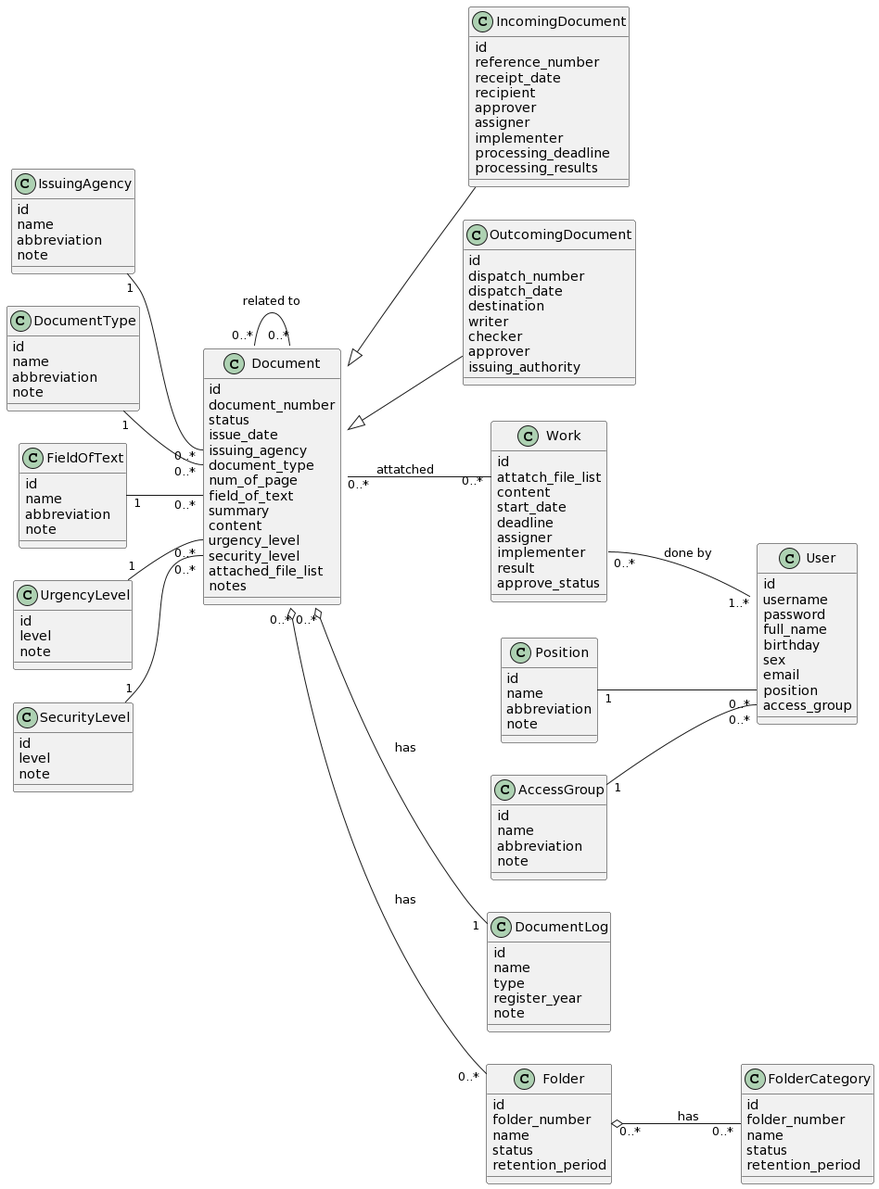
This is Lab1/Lab1.2/Class Diagram/Class Diagram.png from khoapham1003/SE357-Pratice-class, a PlantUML export, as it was before one commit.
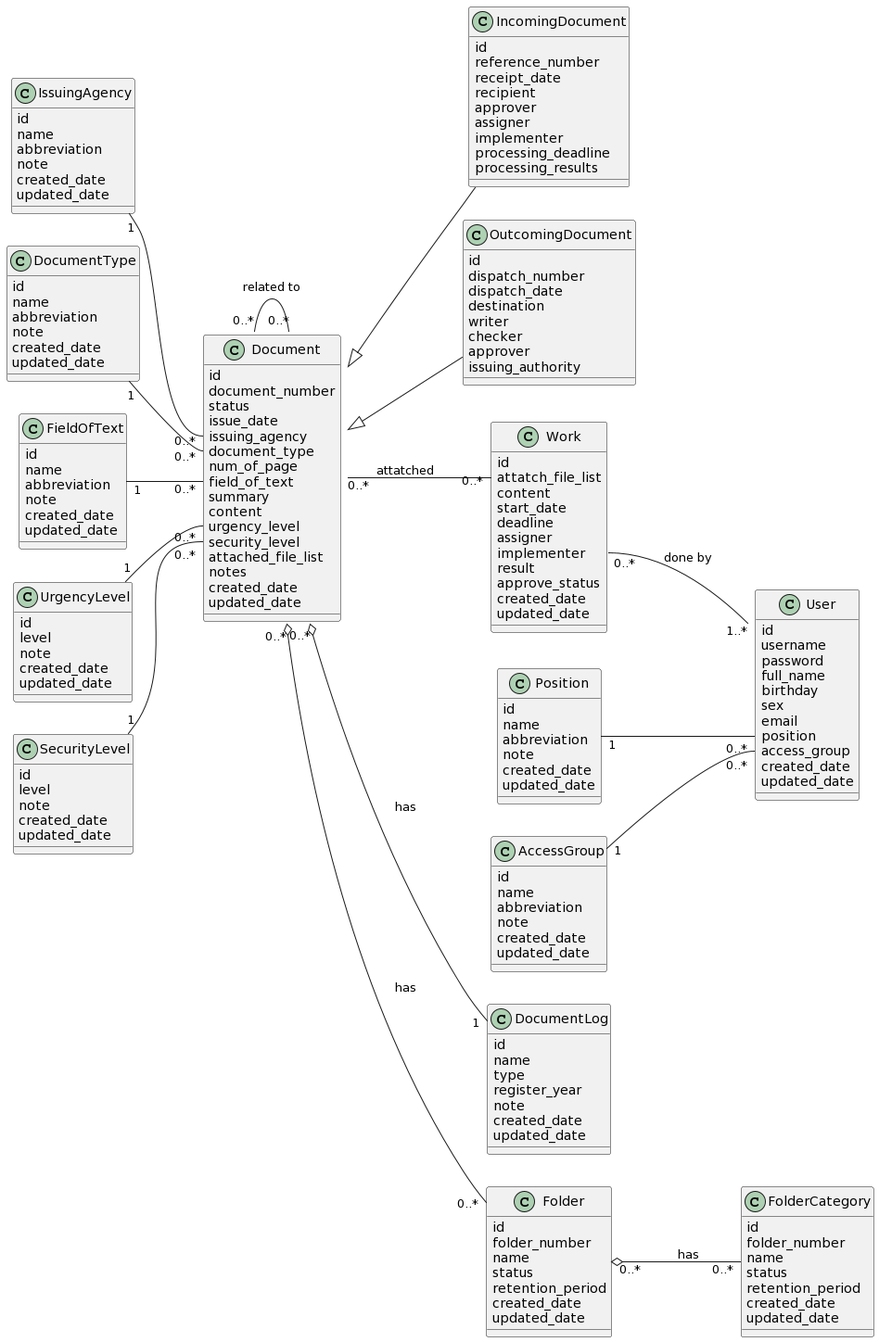
After the change.

What changed in the source:
```diff
@@ -5,12 +5,16 @@
 name
 abbreviation
 note
+created_date
+updated_date
 }
 class  AccessGroup{
 id
 name
 abbreviation
 note
+created_date
+updated_date
 }
 class User{
 id
@@ -22,6 +26,8 @@
 email
 position
 access_group
+created_date
+updated_date
 }
 class Document {
 id
@@ -38,6 +44,8 @@
 security_level
 attached_file_list
 notes
+created_date
+updated_date
 }
 class IncomingDocument {
 id
@@ -70,35 +78,47 @@
 implementer
 result
 approve_status
+created_date
+updated_date
 }
 class DocumentType{
 id
 name
 abbreviation
 note
+created_date
+updated_date
 }
 
 class SecurityLevel{
 id
 level
 note
+created_date
+updated_date
 }
 class FieldOfText{
 id
 name
 abbreviation
 note
+created_date
+updated_date
 }
 class UrgencyLevel{
 id
 level
 note
+created_date
+updated_date
 }
 class IssuingAgency{
 id
 name
 abbreviation
 note
+created_date
+updated_date
 }
 class DocumentLog{
 id
@@ -106,6 +126,8 @@
 type
 register_year
 note
+created_date
+updated_date
 }
 class Folder{
 id
@@ -113,6 +135,8 @@
 name
 status
 retention_period
+created_date
+updated_date
 }
 class FolderCategory{
 id
@@ -120,6 +144,8 @@
 name
 status
 retention_period
+created_date
+updated_date
 }
 
 Work::attatch_file_list "0..*" -up- "0..*" Document:attatched
```
